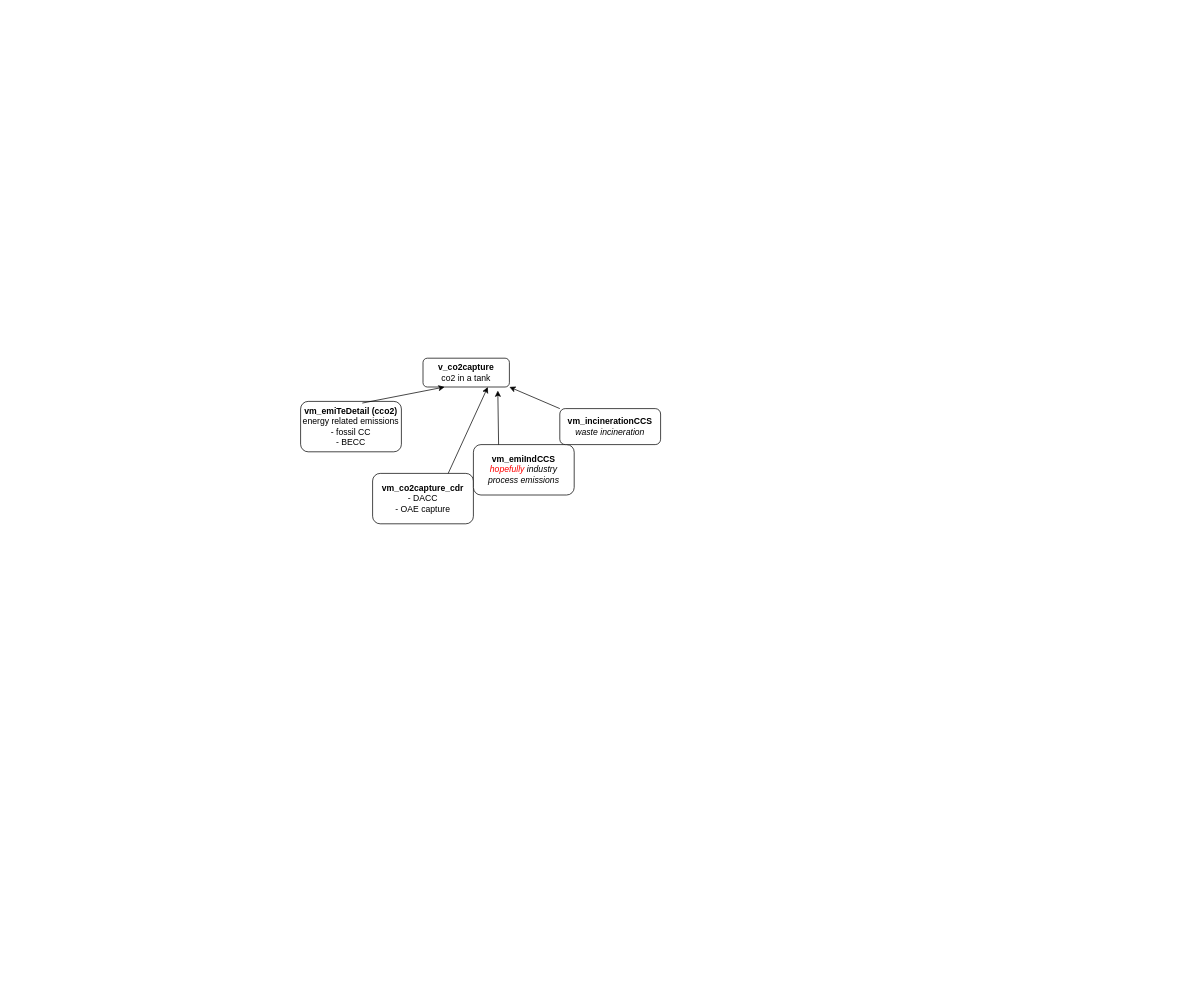
Earlier version of the draw.io diagram emissionsaccounting/Untitled Diagram.drawio (robertsalzwedel/carma). Source tidied: cells renumbered, new cells numbered last; positions are measured from the earlier drawing's top-left corner, leaving out a move shared by most shapes. Both pictures are drawn from the tidied source at 72%, with x=0, y=0 at pixel (300, 358).
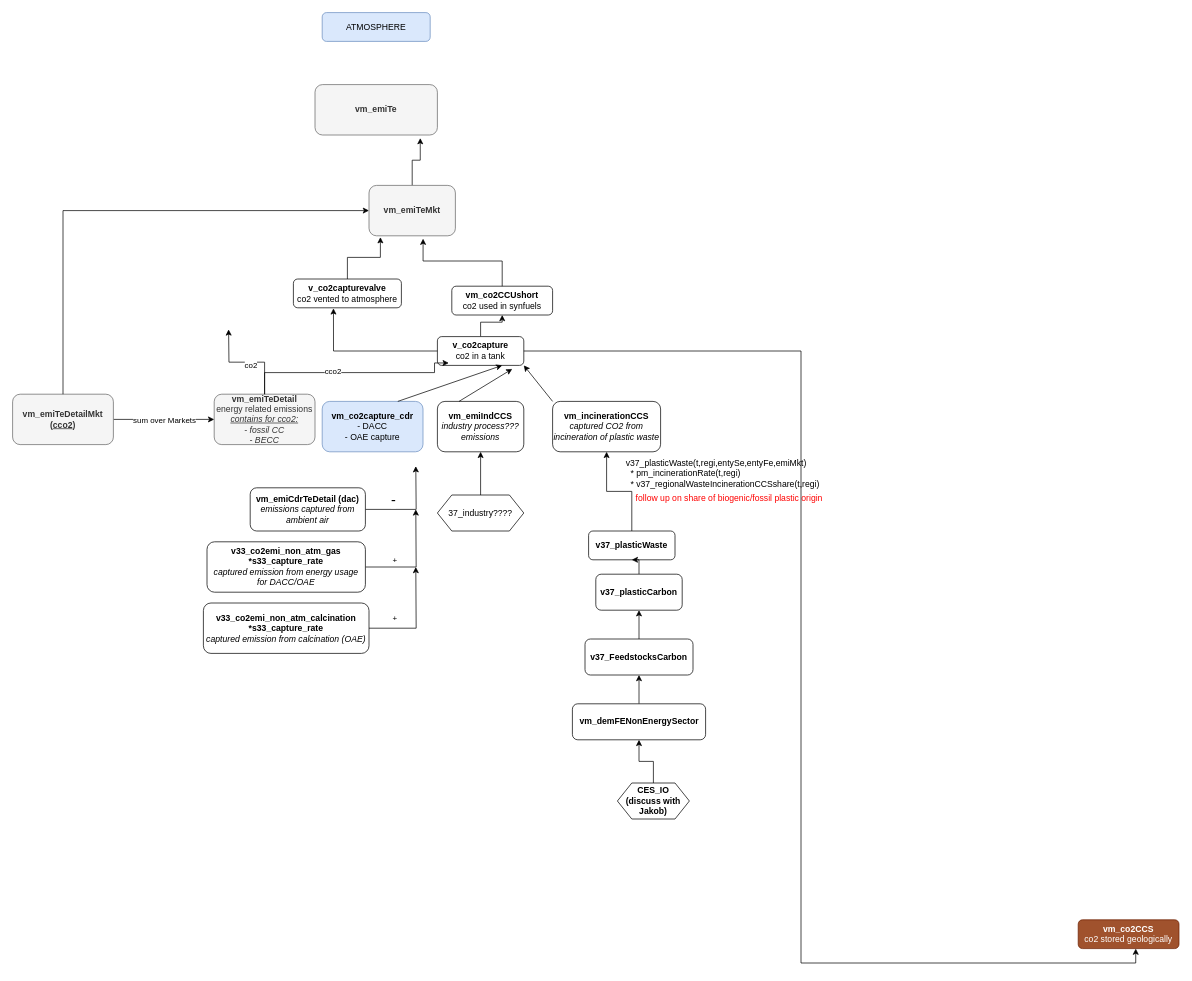
After the change.

Change to the diagram source:
```diff
@@
+    <mxCell id="11" style="edgeStyle=orthogonalEdgeStyle;rounded=0;jettySize=auto;html=1;entryX=0.5;entryY=1;entryDx=0;entryDy=0;" parent="1" edge="1" source="2" target="37">
+      <mxGeometry relative="1" as="geometry" />
+    </mxCell>
     <mxCell id="2" value="&lt;div&gt;&lt;b&gt;v_co2capture&lt;/b&gt;&lt;/div&gt;&lt;div&gt;co2 in a tank&lt;br&gt;&lt;/div&gt;" style="rounded=1;whiteSpace=wrap;html=1;" parent="1" vertex="1">
-      <mxGeometry x="170" width="120" height="40" as="geometry" />
+      <mxGeometry x="190" y="-30" width="120" height="40" as="geometry" />
     </mxCell>
-    <mxCell id="3" value="&lt;div&gt;&lt;b&gt;vm_emiTeDetail (cco2)&lt;br&gt;&lt;/b&gt;&lt;/div&gt;&lt;div&gt;energy related emissions&lt;/div&gt;&lt;div&gt;- fossil CC&lt;/div&gt;&lt;div&gt;- BECC&lt;/div&gt;" style="rounded=1;whiteSpace=wrap;html=1;" parent="1" vertex="1">
-      <mxGeometry y="60" width="140" height="70" as="geometry" />
+    <mxCell id="3" value="&lt;div&gt;&lt;b&gt;vm_emiTeDetail&lt;br&gt;&lt;/b&gt;&lt;/div&gt;&lt;div&gt;energy related emissions&lt;/div&gt;&lt;div&gt;&lt;i&gt;&lt;u&gt;contains for cco2:&lt;br&gt;&lt;/u&gt;&lt;/i&gt;&lt;/div&gt;&lt;div&gt;&lt;i&gt;- fossil CC&lt;/i&gt;&lt;/div&gt;&lt;div&gt;&lt;i&gt;- BECC&lt;/i&gt;&lt;/div&gt;" style="rounded=1;whiteSpace=wrap;html=1;fillColor=#f5f5f5;fontColor=#333333;strokeColor=#666666;" parent="1" vertex="1">
+      <mxGeometry x="-120" y="50" width="140" height="70" as="geometry" />
     </mxCell>
-    <mxCell id="4" style="endArrow=classic;html=1;rounded=0;exitX=0.612;exitY=0.033;exitDx=0;exitDy=0;exitPerimeter=0;entryX=0.25;entryY=1;entryDx=0;entryDy=0;" parent="1" edge="1" source="3" target="2">
-      <mxGeometry relative="1" as="geometry" />
-    </mxCell>
-    <mxCell id="5" value="&lt;div&gt;&lt;b&gt;vm_co2capture_cdr&lt;/b&gt;&lt;/div&gt;&lt;div&gt;- DACC&lt;/div&gt;&lt;div&gt;- OAE capture&lt;br&gt;&lt;/div&gt;" style="rounded=1;whiteSpace=wrap;html=1;" parent="1" vertex="1">
-      <mxGeometry x="100" y="160" width="140" height="70" as="geometry" />
+    <mxCell id="5" value="&lt;div&gt;&lt;b&gt;vm_co2capture_cdr&lt;/b&gt;&lt;/div&gt;&lt;div&gt;- DACC&lt;/div&gt;&lt;div&gt;- OAE capture&lt;br&gt;&lt;/div&gt;" style="rounded=1;whiteSpace=wrap;html=1;fillColor=#dae8fc;strokeColor=#6c8ebf;" parent="1" vertex="1">
+      <mxGeometry x="30" y="60" width="140" height="70" as="geometry" />
     </mxCell>
@@
-    <mxCell id="7" value="&lt;div&gt;&lt;b&gt;vm_emiIndCCS&lt;/b&gt;&lt;/div&gt;&lt;div&gt;&lt;i&gt;&lt;span style=&quot;color: rgb(255, 0, 0);&quot;&gt;hopefully &lt;/span&gt;industry process emissions&lt;b&gt;&lt;br&gt;&lt;/b&gt;&lt;/i&gt;&lt;/div&gt;" style="rounded=1;whiteSpace=wrap;html=1;" parent="1" vertex="1">
-      <mxGeometry x="240" y="120" width="140" height="70" as="geometry" />
+    <mxCell id="7" value="&lt;div&gt;&lt;b&gt;vm_emiIndCCS&lt;/b&gt;&lt;/div&gt;&lt;div&gt;&lt;i&gt;industry process??? emissions&lt;b&gt;&lt;br&gt;&lt;/b&gt;&lt;/i&gt;&lt;/div&gt;" style="rounded=1;whiteSpace=wrap;html=1;" parent="1" vertex="1">
+      <mxGeometry x="190" y="60" width="120" height="70" as="geometry" />
     </mxCell>
@@
-    <mxCell id="9" value="&lt;div&gt;&lt;b&gt;vm_incinerationCCS&lt;/b&gt;&lt;/div&gt;&lt;div&gt;&lt;i&gt;waste incineration&lt;b&gt;&lt;br&gt;&lt;/b&gt;&lt;/i&gt;&lt;/div&gt;" style="rounded=1;whiteSpace=wrap;html=1;" parent="1" vertex="1">
-      <mxGeometry x="360" y="70" width="140" height="50" as="geometry" />
+    <mxCell id="9" value="&lt;div&gt;&lt;b&gt;vm_incinerationCCS&lt;/b&gt;&lt;/div&gt;&lt;div&gt;&lt;i&gt;captured CO2 from incineration of plastic waste &lt;b&gt;&lt;br&gt;&lt;/b&gt;&lt;/i&gt;&lt;/div&gt;" style="rounded=1;whiteSpace=wrap;html=1;" parent="1" vertex="1">
+      <mxGeometry x="350" y="60" width="150" height="70" as="geometry" />
     </mxCell>
@@
+    <mxCell id="12" value="&lt;div align=&quot;left&quot;&gt;v37_plasticWaste(t,regi,entySe,entyFe,emiMkt)&lt;br&gt;&amp;nbsp; * pm_incinerationRate(t,regi)&lt;br&gt;&amp;nbsp; * v37_regionalWasteIncinerationCCSshare(t,regi)&lt;/div&gt;" style="text;html=1;align=left;verticalAlign=middle;strokeColor=none;fillColor=none;" parent="1" vertex="1">
+      <mxGeometry x="450" y="130" width="290" height="60" as="geometry" />
+    </mxCell>
+    <mxCell id="13" value="&lt;span style=&quot;color: light-dark(rgb(255, 0, 0), rgb(237, 237, 237));&quot;&gt;follow up on share of biogenic/fossil plastic origin&lt;/span&gt;" style="text;html=1;align=center;verticalAlign=middle;strokeColor=none;fillColor=none;" parent="1" vertex="1">
+      <mxGeometry x="455" y="180" width="280" height="30" as="geometry" />
+    </mxCell>
+    <mxCell id="14" style="edgeStyle=orthogonalEdgeStyle;rounded=0;jettySize=auto;html=1;" parent="1" edge="1" source="15" target="9">
+      <mxGeometry relative="1" as="geometry" />
+    </mxCell>
+    <mxCell id="15" value="&lt;div&gt;&lt;b&gt;v37_plasticWaste&lt;/b&gt;&lt;/div&gt;" style="rounded=1;whiteSpace=wrap;html=1;" parent="1" vertex="1">
+      <mxGeometry x="400" y="240" width="120" height="40" as="geometry" />
+    </mxCell>
+    <mxCell id="16" style="edgeStyle=orthogonalEdgeStyle;rounded=0;orthogonalLoop=1;jettySize=auto;html=1;exitX=0.5;exitY=1;exitDx=0;exitDy=0;" parent="1" edge="1" source="15" target="15">
+      <mxGeometry relative="1" as="geometry" />
+    </mxCell>
+    <mxCell id="17" style="edgeStyle=orthogonalEdgeStyle;rounded=0;jettySize=auto;html=1;" parent="1" edge="1" source="18" target="15">
+      <mxGeometry relative="1" as="geometry" />
+    </mxCell>
+    <mxCell id="18" value="&lt;div&gt;&lt;b&gt;v37_plasticCarbon&lt;/b&gt;&lt;/div&gt;" style="rounded=1;whiteSpace=wrap;html=1;" parent="1" vertex="1">
+      <mxGeometry x="410" y="300" width="120" height="50" as="geometry" />
+    </mxCell>
+    <mxCell id="19" style="edgeStyle=orthogonalEdgeStyle;rounded=0;jettySize=auto;html=1;entryX=0.5;entryY=1;entryDx=0;entryDy=0;" parent="1" edge="1" source="20" target="18">
+      <mxGeometry relative="1" as="geometry" />
+    </mxCell>
+    <mxCell id="20" value="&lt;div&gt;&lt;b&gt;v37_FeedstocksCarbon&lt;/b&gt;&lt;/div&gt;" style="rounded=1;whiteSpace=wrap;html=1;" parent="1" vertex="1">
+      <mxGeometry x="395" y="390" width="150" height="50" as="geometry" />
+    </mxCell>
+    <mxCell id="21" style="edgeStyle=orthogonalEdgeStyle;rounded=0;jettySize=auto;html=1;" parent="1" edge="1" source="22" target="20">
+      <mxGeometry relative="1" as="geometry" />
+    </mxCell>
+    <mxCell id="22" value="&lt;div&gt;&lt;b&gt;vm_demFENonEnergySector&lt;/b&gt;&lt;/div&gt;" style="rounded=1;whiteSpace=wrap;html=1;" parent="1" vertex="1">
+      <mxGeometry x="377.5" y="480" width="185" height="50" as="geometry" />
+    </mxCell>
+    <mxCell id="23" style="edgeStyle=orthogonalEdgeStyle;rounded=0;jettySize=auto;html=1;" parent="1" edge="1" source="24" target="22">
+      <mxGeometry relative="1" as="geometry" />
+    </mxCell>
+    <mxCell id="24" value="&lt;div&gt;&lt;b&gt;CES_IO&lt;/b&gt;&lt;/div&gt;&lt;div&gt;&lt;b&gt;(discuss with Jakob) &lt;br&gt;&lt;/b&gt;&lt;/div&gt;" style="shape=hexagon;perimeter=hexagonPerimeter2;whiteSpace=wrap;html=1;fixedSize=1;" parent="1" vertex="1">
+      <mxGeometry x="440" y="590" width="100" height="50" as="geometry" />
+    </mxCell>
+    <mxCell id="25" style="edgeStyle=orthogonalEdgeStyle;rounded=0;jettySize=auto;html=1;entryX=0.5;entryY=1;entryDx=0;entryDy=0;" parent="1" edge="1" source="26" target="7">
+      <mxGeometry relative="1" as="geometry" />
+    </mxCell>
+    <mxCell id="26" value="37_industry????" style="shape=hexagon;perimeter=hexagonPerimeter2;whiteSpace=wrap;html=1;fixedSize=1;" parent="1" vertex="1">
+      <mxGeometry x="190" y="190" width="120" height="50" as="geometry" />
+    </mxCell>
+    <mxCell id="27" style="edgeStyle=orthogonalEdgeStyle;rounded=0;jettySize=auto;html=1;" parent="1" edge="1" source="29">
+      <mxGeometry relative="1" as="geometry">
+        <mxPoint x="160" y="150" as="targetPoint" />
+      </mxGeometry>
+    </mxCell>
+    <mxCell id="28" value="&lt;font style=&quot;font-size: 20px;&quot;&gt;-&lt;/font&gt;" style="edgeLabel;html=1;align=center;verticalAlign=middle;" parent="27" vertex="1">
+      <mxGeometry x="-0.35" y="-1" relative="1" as="geometry">
+        <mxPoint x="-4" y="-16" as="offset" />
+      </mxGeometry>
+    </mxCell>
+    <mxCell id="29" value="&lt;div&gt;&lt;b&gt;vm_emiCdrTeDetail (dac)&lt;br&gt;&lt;/b&gt;&lt;/div&gt;&lt;div&gt;&lt;i&gt;emissions captured from ambient air&lt;b&gt;&lt;br&gt;&lt;/b&gt;&lt;/i&gt;&lt;/div&gt;" style="rounded=1;whiteSpace=wrap;html=1;" parent="1" vertex="1">
+      <mxGeometry x="-70" y="180" width="160" height="60" as="geometry" />
+    </mxCell>
+    <mxCell id="30" style="edgeStyle=orthogonalEdgeStyle;rounded=0;jettySize=auto;html=1;" parent="1" edge="1" source="32">
+      <mxGeometry relative="1" as="geometry">
+        <mxPoint x="160" y="210" as="targetPoint" />
+      </mxGeometry>
+    </mxCell>
+    <mxCell id="31" value="+" style="edgeLabel;html=1;align=center;verticalAlign=middle;" parent="30" vertex="1">
+      <mxGeometry x="-0.37" y="3" relative="1" as="geometry">
+        <mxPoint x="-7" y="-7" as="offset" />
+      </mxGeometry>
+    </mxCell>
+    <mxCell id="32" value="&lt;div&gt;&lt;b&gt;v33_co2emi_non_atm_gas&lt;/b&gt;&lt;/div&gt;&lt;div&gt;&lt;b&gt;*s33_capture_rate&lt;br&gt;&lt;/b&gt;&lt;/div&gt;&lt;div&gt;&lt;i&gt;captured emission from energy usage for DACC/OAE&lt;b&gt;&lt;br&gt;&lt;/b&gt;&lt;/i&gt;&lt;/div&gt;" style="rounded=1;whiteSpace=wrap;html=1;" parent="1" vertex="1">
+      <mxGeometry x="-130" y="255" width="220" height="70" as="geometry" />
+    </mxCell>
+    <mxCell id="33" style="edgeStyle=orthogonalEdgeStyle;rounded=0;jettySize=auto;html=1;" parent="1" edge="1" source="35">
+      <mxGeometry relative="1" as="geometry">
+        <mxPoint x="160" y="290" as="targetPoint" />
+      </mxGeometry>
+    </mxCell>
+    <mxCell id="34" value="+" style="edgeLabel;html=1;align=center;verticalAlign=middle;" parent="33" vertex="1">
+      <mxGeometry x="-0.48" y="-1" relative="1" as="geometry">
+        <mxPoint x="-4" y="-16" as="offset" />
+      </mxGeometry>
+    </mxCell>
+    <mxCell id="35" value="&lt;div&gt;&lt;b&gt;v33_co2emi_non_atm_calcination&lt;/b&gt;&lt;/div&gt;&lt;div&gt;&lt;b&gt;*s33_capture_rate&lt;br&gt;&lt;/b&gt;&lt;/div&gt;&lt;div&gt;&lt;i&gt;captured emission from calcination (OAE)&lt;b&gt;&lt;br&gt;&lt;/b&gt;&lt;/i&gt;&lt;/div&gt;" style="rounded=1;whiteSpace=wrap;html=1;" parent="1" vertex="1">
+      <mxGeometry x="-135" y="340" width="230" height="70" as="geometry" />
+    </mxCell>
+    <mxCell id="36" value="&lt;div&gt;&lt;b&gt;vm_co2CCS&lt;/b&gt;&lt;/div&gt;&lt;div&gt;co2 stored geologically&lt;br&gt;&lt;/div&gt;" style="rounded=1;whiteSpace=wrap;html=1;fillColor=#a0522d;fontColor=#ffffff;strokeColor=#6D1F00;" parent="1" vertex="1">
+      <mxGeometry x="1080" y="780" width="140" height="40" as="geometry" />
+    </mxCell>
+    <mxCell id="37" value="&lt;div&gt;&lt;b&gt;vm_co2CCUshort&lt;/b&gt;&lt;/div&gt;&lt;div&gt;co2 used in synfuels&lt;br&gt;&lt;/div&gt;" style="rounded=1;whiteSpace=wrap;html=1;" parent="1" vertex="1">
+      <mxGeometry x="210" y="-100" width="140" height="40" as="geometry" />
+    </mxCell>
+    <mxCell id="38" style="edgeStyle=orthogonalEdgeStyle;rounded=0;jettySize=auto;html=1;entryX=0.571;entryY=1;entryDx=0;entryDy=0;entryPerimeter=0;" parent="1" edge="1" source="2" target="36">
+      <mxGeometry relative="1" as="geometry" />
+    </mxCell>
+    <mxCell id="39" style="edgeStyle=orthogonalEdgeStyle;rounded=0;jettySize=auto;html=1;entryX=0.371;entryY=1.019;entryDx=0;entryDy=0;entryPerimeter=0;" parent="1" edge="1" source="2" target="53">
+      <mxGeometry relative="1" as="geometry" />
+    </mxCell>
+    <mxCell id="40" style="edgeStyle=orthogonalEdgeStyle;rounded=0;jettySize=auto;html=1;entryX=0.132;entryY=1.027;entryDx=0;entryDy=0;entryPerimeter=0;" parent="1" edge="1" source="53" target="50">
+      <mxGeometry relative="1" as="geometry" />
+    </mxCell>
+    <mxCell id="41" value="ATMOSPHERE" style="rounded=1;whiteSpace=wrap;html=1;fillColor=#dae8fc;strokeColor=#6c8ebf;" parent="1" vertex="1">
+      <mxGeometry x="30" y="-480" width="150" height="40" as="geometry" />
+    </mxCell>
+    <mxCell id="42" style="edgeStyle=orthogonalEdgeStyle;rounded=0;jettySize=auto;html=1;entryX=0;entryY=0.5;entryDx=0;entryDy=0;" parent="1" edge="1" source="44" target="3">
+      <mxGeometry relative="1" as="geometry" />
+    </mxCell>
+    <mxCell id="43" value="sum over Markets" style="edgeLabel;html=1;align=center;verticalAlign=middle;" parent="42" vertex="1">
+      <mxGeometry x="0.19" y="-1" relative="1" as="geometry">
+        <mxPoint x="-13" y="-1" as="offset" />
+      </mxGeometry>
+    </mxCell>
+    <mxCell id="44" value="&lt;div&gt;&lt;b&gt;vm_emiTeDetailMkt (&lt;u&gt;cco2&lt;/u&gt;)&lt;br&gt;&lt;/b&gt;&lt;/div&gt;" style="rounded=1;whiteSpace=wrap;html=1;fillColor=#f5f5f5;fontColor=#333333;strokeColor=#666666;" parent="1" vertex="1">
+      <mxGeometry x="-400" y="50" width="140" height="70" as="geometry" />
+    </mxCell>
+    <mxCell id="4" style="edgeStyle=orthogonalEdgeStyle;rounded=0;jettySize=auto;html=1;entryX=0.132;entryY=0.916;entryDx=0;entryDy=0;entryPerimeter=0;" parent="1" edge="1" source="3" target="2">
+      <mxGeometry relative="1" as="geometry">
+        <Array as="points">
+          <mxPoint x="-50" y="20" />
+          <mxPoint x="186" y="20" />
+        </Array>
+      </mxGeometry>
+    </mxCell>
+    <mxCell id="45" value="cco2" style="edgeLabel;html=1;align=center;verticalAlign=middle;" parent="4" vertex="1">
+      <mxGeometry x="-0.17" y="2" relative="1" as="geometry" />
+    </mxCell>
+    <mxCell id="46" style="edgeStyle=orthogonalEdgeStyle;rounded=0;jettySize=auto;html=1;" parent="1" edge="1" source="3">
+      <mxGeometry relative="1" as="geometry">
+        <mxPoint x="-100" y="-40" as="targetPoint" />
+      </mxGeometry>
+    </mxCell>
+    <mxCell id="47" value="co2" style="edgeLabel;html=1;align=center;verticalAlign=middle;" parent="46" vertex="1">
+      <mxGeometry x="-0.64" y="-2" relative="1" as="geometry">
+        <mxPoint x="-22" y="-16" as="offset" />
+      </mxGeometry>
+    </mxCell>
+    <mxCell id="48" style="edgeStyle=orthogonalEdgeStyle;rounded=0;jettySize=auto;html=1;entryX=0.86;entryY=1.061;entryDx=0;entryDy=0;entryPerimeter=0;" parent="1" edge="1" source="50" target="51">
+      <mxGeometry relative="1" as="geometry" />
+    </mxCell>
+    <mxCell id="49" style="edgeStyle=orthogonalEdgeStyle;rounded=0;jettySize=auto;html=1;startArrow=classic;startFill=1;endArrow=none;endFill=0;" parent="1" edge="1" source="50" target="44">
+      <mxGeometry relative="1" as="geometry" />
+    </mxCell>
+    <mxCell id="50" value="&lt;div&gt;&lt;b&gt;vm_emiTeMkt&lt;br&gt;&lt;/b&gt;&lt;/div&gt;" style="rounded=1;whiteSpace=wrap;html=1;fillColor=#f5f5f5;fontColor=#333333;strokeColor=#666666;" parent="1" vertex="1">
+      <mxGeometry x="95" y="-240" width="120" height="70" as="geometry" />
+    </mxCell>
+    <mxCell id="51" value="&lt;div&gt;&lt;b&gt;vm_emiTe&lt;br&gt;&lt;/b&gt;&lt;/div&gt;" style="rounded=1;whiteSpace=wrap;html=1;fillColor=#f5f5f5;fontColor=#333333;strokeColor=#666666;" parent="1" vertex="1">
+      <mxGeometry x="20" y="-380" width="170" height="70" as="geometry" />
+    </mxCell>
+    <mxCell id="52" style="edgeStyle=orthogonalEdgeStyle;rounded=0;jettySize=auto;html=1;entryX=0.626;entryY=1.057;entryDx=0;entryDy=0;entryPerimeter=0;" parent="1" edge="1" source="37" target="50">
+      <mxGeometry relative="1" as="geometry" />
+    </mxCell>
+    <mxCell id="53" value="&lt;div&gt;&lt;b&gt;v_co2capturevalve&lt;/b&gt;&lt;/div&gt;&lt;div&gt;co2 vented to atmosphere&lt;br&gt;&lt;/div&gt;" style="rounded=1;whiteSpace=wrap;html=1;" parent="1" vertex="1">
+      <mxGeometry x="-10" y="-110" width="150" height="40" as="geometry" />
+    </mxCell>
```
